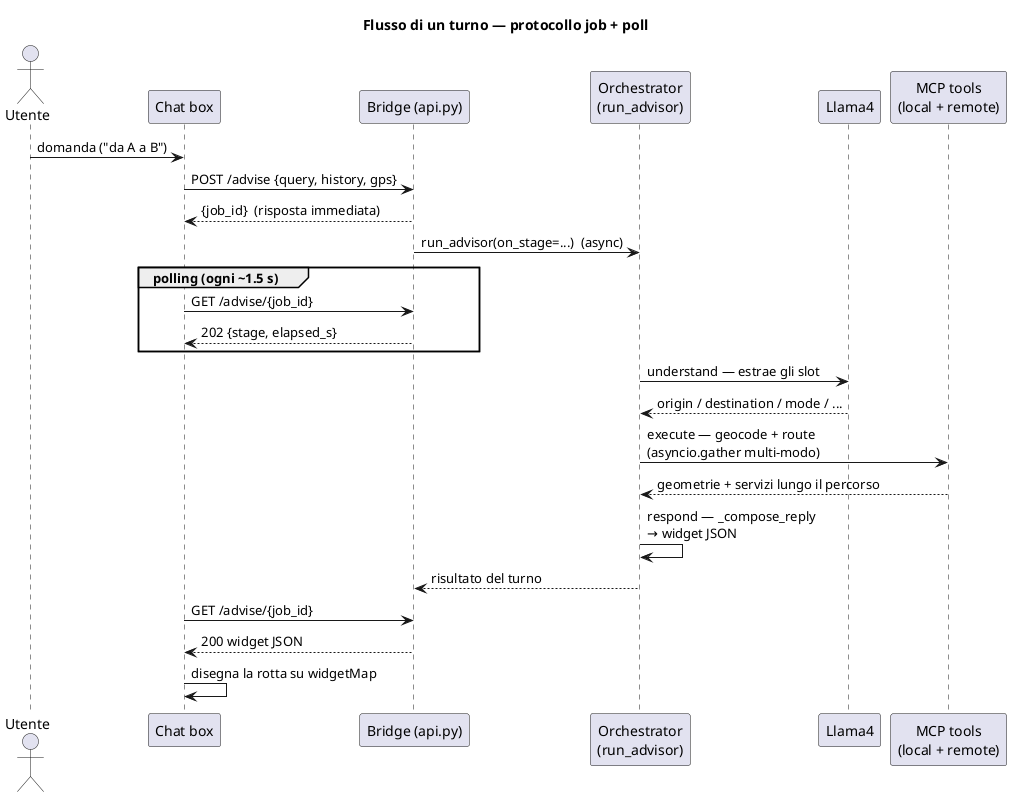
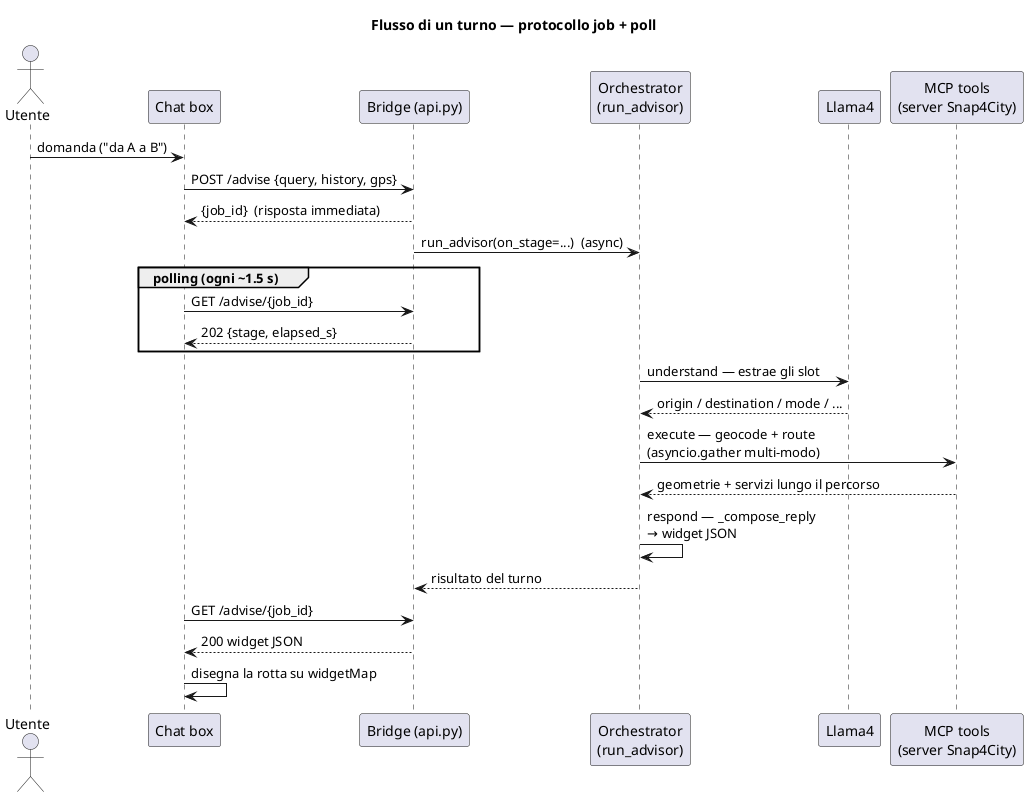
@startuml sequence
title Flusso di un turno — protocollo job + poll

skinparam shadowing false
actor Utente
participant "Chat box" as FE
participant "Bridge (api.py)" as BR
participant "Orchestrator\n(run_advisor)" as OR
participant "Llama4" as LLM
- participant "MCP tools\n(local + remote)" as MCP
+ participant "MCP tools\n(server Snap4City)" as MCP

Utente -> FE : domanda ("da A a B")
FE -> BR : POST /advise {query, history, gps}
BR --> FE : {job_id}  (risposta immediata)
BR -> OR : run_advisor(on_stage=...)  (async)

group polling (ogni ~1.5 s)
  FE -> BR : GET /advise/{job_id}
  BR --> FE : 202 {stage, elapsed_s}
end

OR -> LLM : understand — estrae gli slot
LLM --> OR : origin / destination / mode / ...
OR -> MCP : execute — geocode + route\n(asyncio.gather multi-modo)
MCP --> OR : geometrie + servizi lungo il percorso
OR -> OR : respond — _compose_reply\n→ widget JSON
OR --> BR : risultato del turno

FE -> BR : GET /advise/{job_id}
BR --> FE : 200 widget JSON
FE -> FE : disegna la rotta su widgetMap
@enduml
